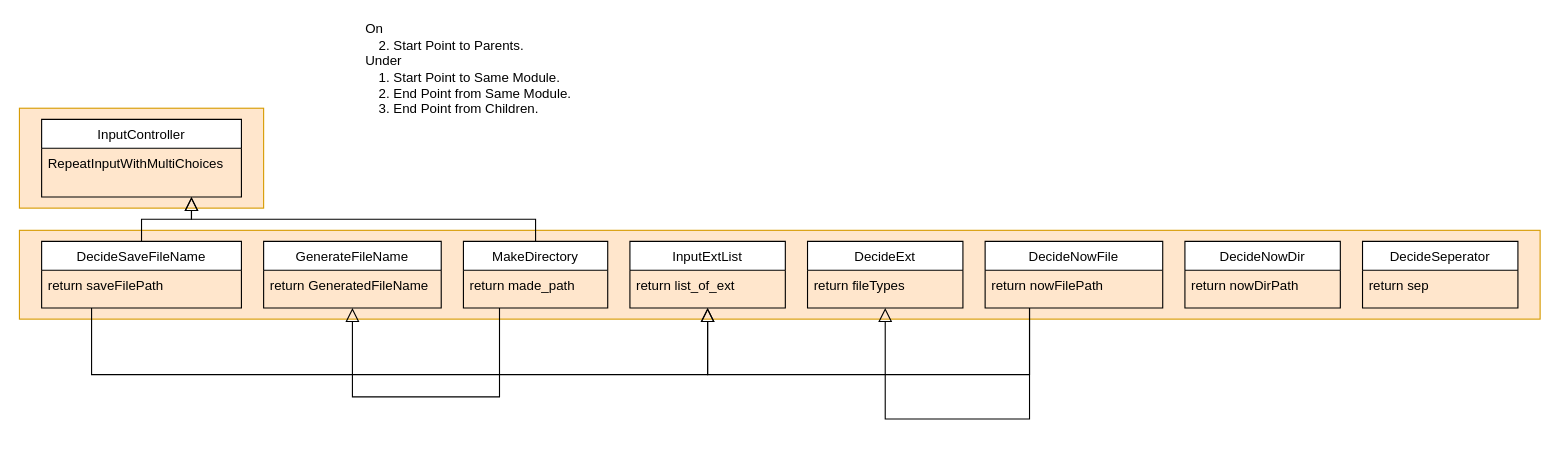
Before: page "02_DirEditor" (3 of 7) of LandmasterLibrary/_Module_Diagram.drawio in landmaster135/pyclone-tornado, a draw.io diagram. Source tidied: cells renumbered, new cells numbered last; positions are measured from the earlier drawing's top-left corner, leaving out a move shared by most shapes. Both pictures are drawn from the tidied source at 111%, with x=0, y=0 at pixel (19, 19).
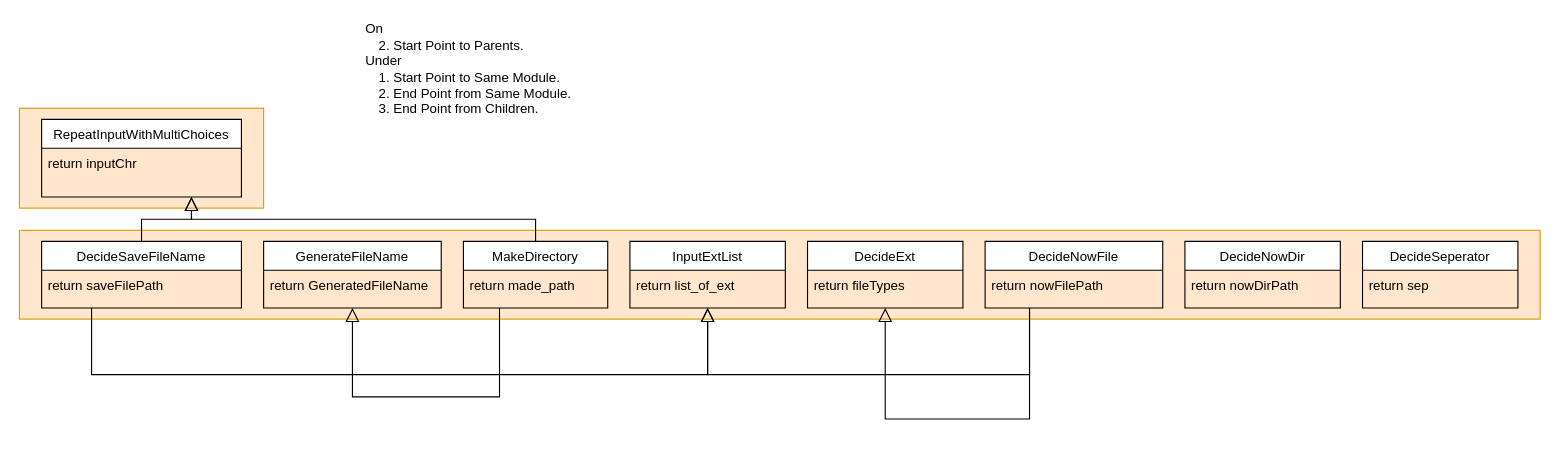
The same diagram, later.

Change to the diagram source:
```diff
@@
-    <mxCell id="7" value="InputController" style="swimlane;fontStyle=0;align=center;verticalAlign=top;horizontal=1;startSize=26;rounded=0;shadow=0;strokeWidth=1;" parent="1" vertex="1">
+    <mxCell id="7" value="RepeatInputWithMultiChoices" style="swimlane;fontStyle=0;align=center;verticalAlign=top;horizontal=1;startSize=26;rounded=0;shadow=0;strokeWidth=1;" parent="1" vertex="1">
       <mxGeometry x="20" y="90" width="180" height="70" as="geometry" />
     </mxCell>
-    <mxCell id="8" value="RepeatInputWithMultiChoices" style="text;align=left;verticalAlign=top;spacingLeft=4;spacingRight=4;overflow=hidden;" parent="7" vertex="1">
+    <mxCell id="8" value="return inputChr" style="text;align=left;verticalAlign=top;spacingLeft=4;spacingRight=4;overflow=hidden;" parent="7" vertex="1">
       <mxGeometry y="26" width="180" height="26" as="geometry" />
     </mxCell>
```
